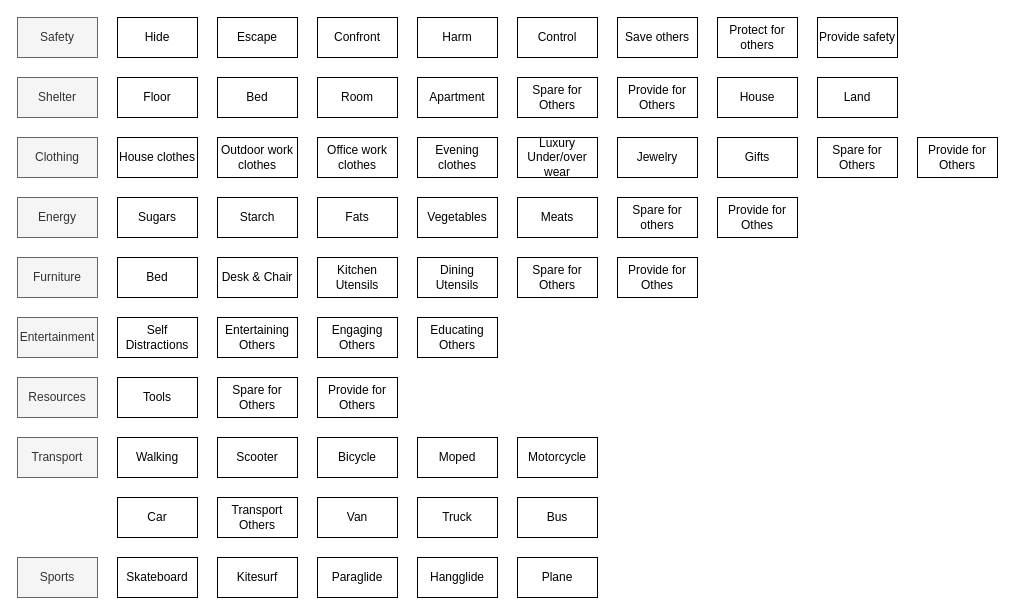
This is page "Page-3" (3 of 3) of Life as a System.drawio from skysgh/System.Design.Resources.Organisations, a draw.io file, before an edit. Source tidied: cells renumbered, new cells numbered last; positions are measured from the earlier drawing's top-left corner, leaving out a move shared by most shapes. Both pictures are drawn from the tidied source at 100%, with x=0, y=0 at pixel (17, 17).
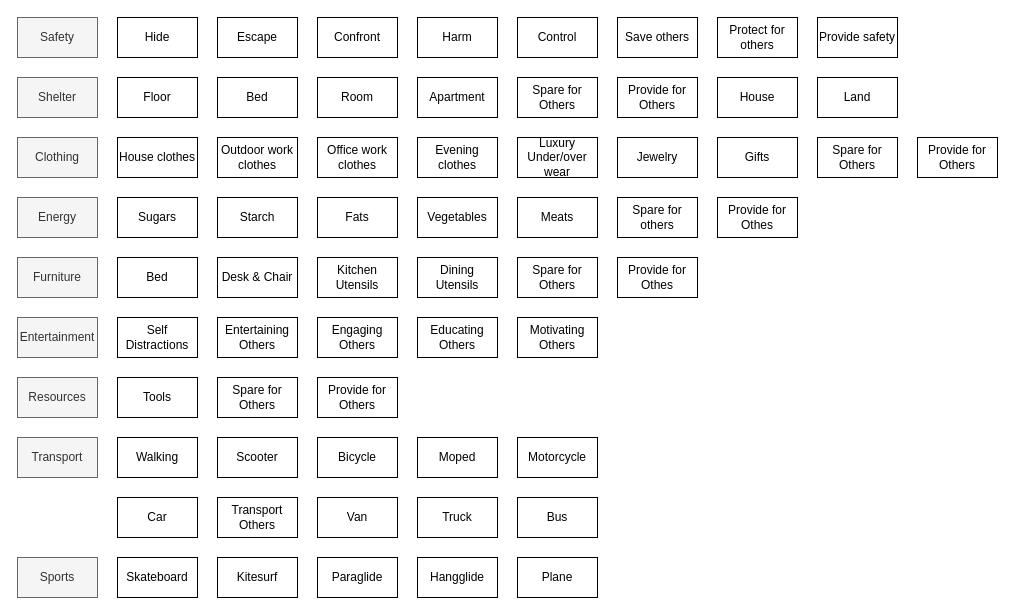
The same diagram, later.

Change to the diagram source:
```diff
@@
+    <mxCell id="71" value="Motivating Others" style="rounded=0;whiteSpace=wrap;html=1;" parent="1" vertex="1">
+      <mxGeometry x="500" y="300" width="80" height="40" as="geometry" />
+    </mxCell>
```
